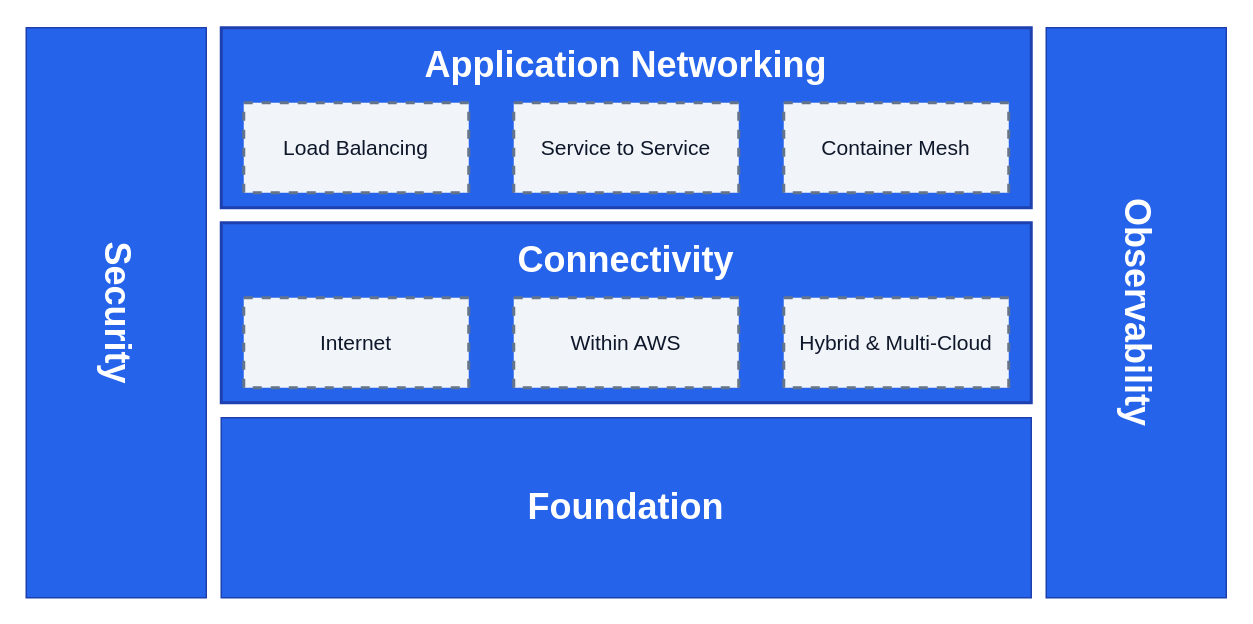
The draw.io diagram content/assets/introduction/AWS-Network-Reference-Architecture.drawio in aws/aws-networking-best-practices, before the edit. Source tidied: cells renumbered, new cells numbered last; positions are measured from the earlier drawing's top-left corner, leaving out a move shared by most shapes. Both pictures are drawn from the tidied source at 150%, with x=0, y=0 at pixel (26, 27).
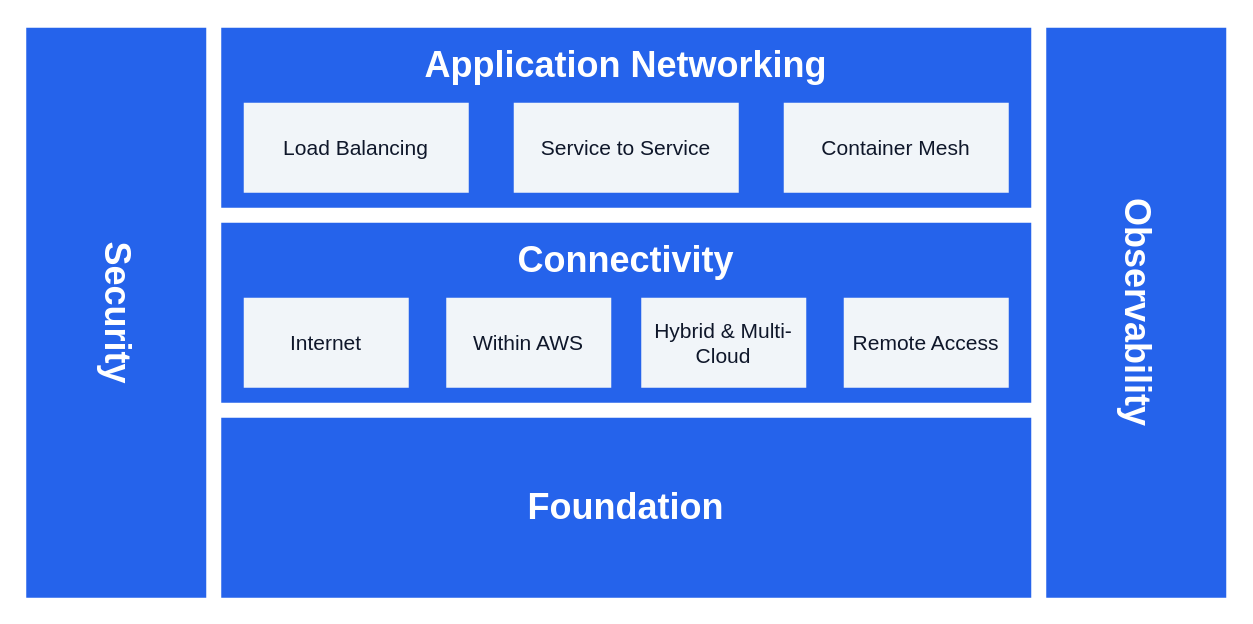
Above is the later version.

Commit message (it also covers changes not shown here):
Split Remote Access into its own page under Connectivity (#144)

Change to the diagram source:
```diff
@@
 <mxGraphModel>
   <root>
     <mxCell id="0" />
     <mxCell id="1" parent="0" />
-    <mxCell id="2" value="Security" style="rounded=0;whiteSpace=wrap;html=1;fillColor=#2563eb;strokeColor=#1e40af;fontColor=#ffffff;fontSize=24;fontStyle=1;verticalAlign=middle;textDirection=vertical-lr;" parent="1" vertex="1">
+    <mxCell id="2" value="Security" style="rounded=0;whiteSpace=wrap;html=1;fillColor=#2563eb;strokeColor=none;fontColor=#ffffff;fontSize=24;fontStyle=1;verticalAlign=middle;textDirection=vertical-lr;" parent="1" vertex="1">
       <mxGeometry width="120" height="380" as="geometry" />
     </mxCell>
-    <mxCell id="3" value="Observability" style="rounded=0;whiteSpace=wrap;html=1;fillColor=#2563eb;strokeColor=#1e40af;fontColor=#ffffff;fontSize=24;fontStyle=1;verticalAlign=middle;textDirection=vertical-lr;" parent="1" vertex="1">
+    <mxCell id="3" value="Observability" style="rounded=0;whiteSpace=wrap;html=1;fillColor=#2563eb;strokeColor=none;fontColor=#ffffff;fontSize=24;fontStyle=1;verticalAlign=middle;textDirection=vertical-lr;" parent="1" vertex="1">
       <mxGeometry x="680" width="120" height="380" as="geometry" />
     </mxCell>
-    <mxCell id="4" style="rounded=0;whiteSpace=wrap;html=1;fillColor=#2563eb;strokeColor=#1e40af;strokeWidth=2;" parent="1" vertex="1">
+    <mxCell id="4" style="rounded=0;whiteSpace=wrap;html=1;fillColor=#2563eb;strokeColor=none;strokeWidth=2;" parent="1" vertex="1">
       <mxGeometry x="130" width="540" height="120" as="geometry" />
     </mxCell>
     <mxCell id="5" value="Application Networking" style="text;html=1;strokeColor=none;fillColor=none;align=center;verticalAlign=middle;whiteSpace=wrap;rounded=0;fontColor=#ffffff;fontSize=24;fontStyle=1;" parent="1" vertex="1">
       <mxGeometry x="130" y="5" width="540" height="40" as="geometry" />
     </mxCell>
-    <mxCell id="6" value="Load Balancing" style="rounded=0;whiteSpace=wrap;html=1;fillColor=#f1f5f9;strokeColor=#64748b;strokeWidth=2;dashed=1;fontColor=#0f172a;fontSize=14;" parent="1" vertex="1">
+    <mxCell id="6" value="Load Balancing" style="rounded=0;whiteSpace=wrap;html=1;fillColor=#f1f5f9;strokeColor=none;strokeWidth=2;dashed=1;fontColor=#0f172a;fontSize=14;" parent="1" vertex="1">
       <mxGeometry x="145" y="50" width="150" height="60" as="geometry" />
     </mxCell>
-    <mxCell id="7" value="Service to Service" style="rounded=0;whiteSpace=wrap;html=1;fillColor=#f1f5f9;strokeColor=#64748b;strokeWidth=2;dashed=1;fontColor=#0f172a;fontSize=14;" parent="1" vertex="1">
+    <mxCell id="7" value="Service to Service" style="rounded=0;whiteSpace=wrap;html=1;fillColor=#f1f5f9;strokeColor=none;strokeWidth=2;dashed=1;fontColor=#0f172a;fontSize=14;" parent="1" vertex="1">
       <mxGeometry x="325" y="50" width="150" height="60" as="geometry" />
     </mxCell>
-    <mxCell id="8" value="Container Mesh" style="rounded=0;whiteSpace=wrap;html=1;fillColor=#f1f5f9;strokeColor=#64748b;strokeWidth=2;dashed=1;fontColor=#0f172a;fontSize=14;" parent="1" vertex="1">
+    <mxCell id="8" value="Container Mesh" style="rounded=0;whiteSpace=wrap;html=1;fillColor=#f1f5f9;strokeColor=none;strokeWidth=2;dashed=1;fontColor=#0f172a;fontSize=14;" parent="1" vertex="1">
       <mxGeometry x="505" y="50" width="150" height="60" as="geometry" />
     </mxCell>
-    <mxCell id="9" style="rounded=0;whiteSpace=wrap;html=1;fillColor=#2563eb;strokeColor=#1e40af;strokeWidth=2;" parent="1" vertex="1">
+    <mxCell id="9" style="rounded=0;whiteSpace=wrap;html=1;fillColor=#2563eb;strokeColor=none;strokeWidth=2;" parent="1" vertex="1">
       <mxGeometry x="130" y="130" width="540" height="120" as="geometry" />
     </mxCell>
     <mxCell id="10" value="Connectivity" style="text;html=1;strokeColor=none;fillColor=none;align=center;verticalAlign=middle;whiteSpace=wrap;rounded=0;fontColor=#ffffff;fontSize=24;fontStyle=1;" parent="1" vertex="1">
       <mxGeometry x="130" y="135" width="540" height="40" as="geometry" />
     </mxCell>
-    <mxCell id="11" value="Internet" style="rounded=0;whiteSpace=wrap;html=1;fillColor=#f1f5f9;strokeColor=#64748b;strokeWidth=2;dashed=1;fontColor=#0f172a;fontSize=14;" parent="1" vertex="1">
-      <mxGeometry x="145" y="180" width="150" height="60" as="geometry" />
+    <mxCell id="11" value="Internet" style="rounded=0;whiteSpace=wrap;html=1;fillColor=#f1f5f9;strokeColor=none;strokeWidth=2;dashed=1;fontColor=#0f172a;fontSize=14;" parent="1" vertex="1">
+      <mxGeometry x="145" y="180" width="110" height="60" as="geometry" />
     </mxCell>
-    <mxCell id="12" value="Within AWS" style="rounded=0;whiteSpace=wrap;html=1;fillColor=#f1f5f9;strokeColor=#64748b;strokeWidth=2;dashed=1;fontColor=#0f172a;fontSize=14;" parent="1" vertex="1">
-      <mxGeometry x="325" y="180" width="150" height="60" as="geometry" />
+    <mxCell id="12" value="Within AWS" style="rounded=0;whiteSpace=wrap;html=1;fillColor=#f1f5f9;strokeColor=none;strokeWidth=2;dashed=1;fontColor=#0f172a;fontSize=14;" parent="1" vertex="1">
+      <mxGeometry x="280" y="180" width="110" height="60" as="geometry" />
     </mxCell>
-    <mxCell id="13" value="Hybrid &amp; Multi-Cloud" style="rounded=0;whiteSpace=wrap;html=1;fillColor=#f1f5f9;strokeColor=#64748b;strokeWidth=2;dashed=1;fontColor=#0f172a;fontSize=14;" parent="1" vertex="1">
-      <mxGeometry x="505" y="180" width="150" height="60" as="geometry" />
+    <mxCell id="13" value="Hybrid &amp; Multi-Cloud" style="rounded=0;whiteSpace=wrap;html=1;fillColor=#f1f5f9;strokeColor=none;strokeWidth=2;dashed=1;fontColor=#0f172a;fontSize=14;" parent="1" vertex="1">
+      <mxGeometry x="410" y="180" width="110" height="60" as="geometry" />
     </mxCell>
-    <mxCell id="14" value="Foundation" style="rounded=0;whiteSpace=wrap;html=1;fillColor=#2563eb;strokeColor=#1e40af;fontColor=#ffffff;fontSize=24;fontStyle=1;verticalAlign=middle;" parent="1" vertex="1">
+    <mxCell id="14" value="Foundation" style="rounded=0;whiteSpace=wrap;html=1;fillColor=#2563eb;strokeColor=none;fontColor=#ffffff;fontSize=24;fontStyle=1;verticalAlign=middle;" parent="1" vertex="1">
       <mxGeometry x="130" y="260" width="540" height="120" as="geometry" />
     </mxCell>
+    <mxCell id="15" value="Remote Access" style="rounded=0;whiteSpace=wrap;html=1;fillColor=#f1f5f9;strokeColor=none;strokeWidth=2;dashed=1;fontColor=#0f172a;fontSize=14;" parent="1" vertex="1">
+      <mxGeometry x="545" y="180" width="110" height="60" as="geometry" />
+    </mxCell>
   </root>
 </mxGraphModel>
```
